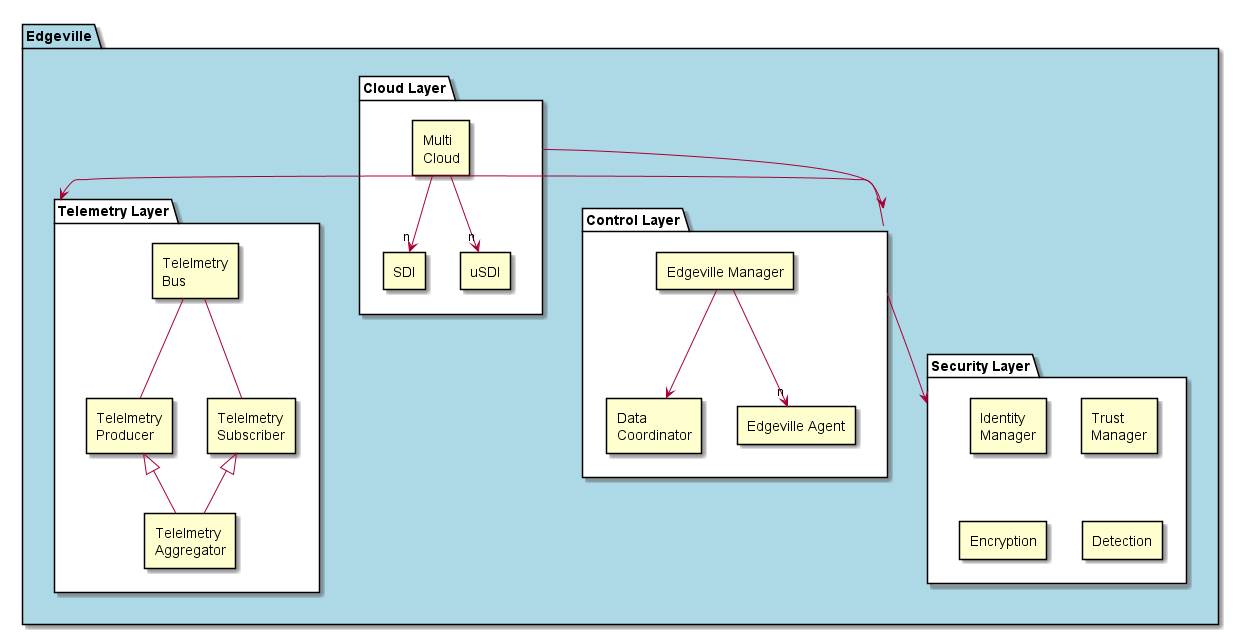
Earlier version of the PlantUML export docs/Solution/HighLevelLogical.png (CAADE/edgeville).
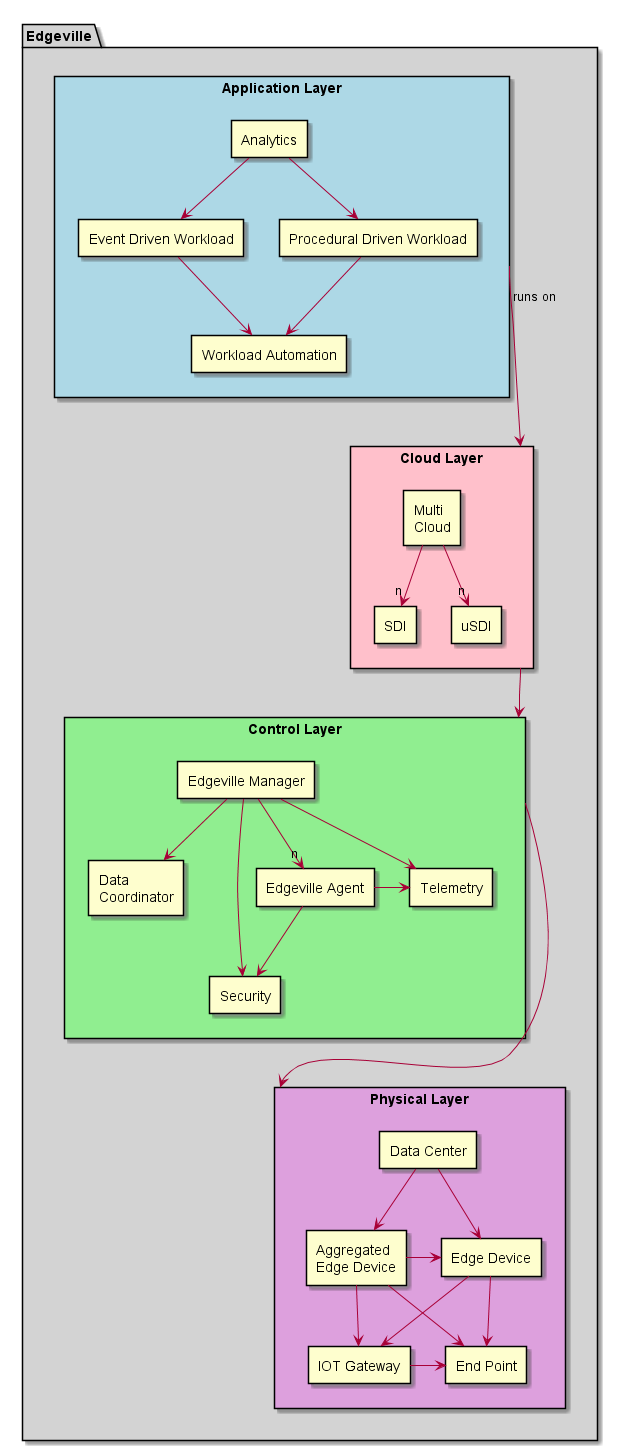
After the commit.

Diff of the diagram source:
```diff
@@ -1,38 +1,54 @@
 @startuml
 
-package Edgeville #lightblue {
-    package "Cloud Layer" as Cloud #white {
+package Edgeville #lightgray {
+    rectangle "Cloud Layer" as Cloud #pink {
       rectangle "SDI"
       rectangle "uSDI"
       rectangle "Multi\nCloud" as HC
       HC --> "n" SDI
       HC --> "n" uSDI
     }
-    package "Control Layer" as Control #white {
+    rectangle "Control Layer" as Control #lightgreen {
       rectangle "Data\nCoordinator" as DC
       rectangle "Edgeville Manager" as EM
       rectangle "Edgeville Agent" as EA
+      rectangle "Telemetry" as Telemetry
+      rectangle "Security" as Security
       EM --> "n" EA
       EM --> DC
+      EM -> Telemetry
+      EA -> Telemetry
+      EM --> Security
+      EA --> Security
     }
-    package "Telemetry Layer" as Telemetry #white {
-      rectangle "Telelmetry\nProducer" as TP
-      rectangle "Telelmetry\nBus" as TB
-      rectangle "Telelmetry\nSubscriber" as TS
-      rectangle "Telelmetry\nAggregator" as TA
-      TB -- TP
-      TB -- TS
-      TP <|-- TA
-      TS <|-- TA
+    rectangle "Application Layer" as AL #lightblue {
+      rectangle "Analytics" as ALA
+      rectangle "Event Driven Workload" as ALE
+      rectangle "Procedural Driven Workload" as ALP
+      rectangle "Workload Automation" as ALW
+      ALA --> ALP
+      ALA --> ALE
+      ALE --> ALW
+      ALP --> ALW
     }
-    package "Security Layer" as Security #white {
-      rectangle "Identity\nManager" as IM
-      rectangle "Trust\nManager" as TM
-      rectangle "Encryption" as SLE
-      rectangle "Detection" as SLD
+    rectangle "Physical Layer" as PL #plum {
+      rectangle "Data Center" as PLDC
+      rectangle "Aggregated\nEdge Device" as AED
+      rectangle "Edge Device" as ED
+      rectangle "End Point" as EP
+      rectangle "IOT Gateway" as IG
+      PLDC -> AED
+      PLDC --> ED
+      AED -> ED
+      AED --> IG
+      AED --> EP
+      ED -> IG
+      IG -> EP
+      ED --> EP
     }
-    Control -> Telemetry
-    Control --> Security
-    Cloud --> Control
+
+    AL ----> Cloud : runs on
+    Cloud ---> Control
+    Control ----> PL
 }
 @enduml
```
